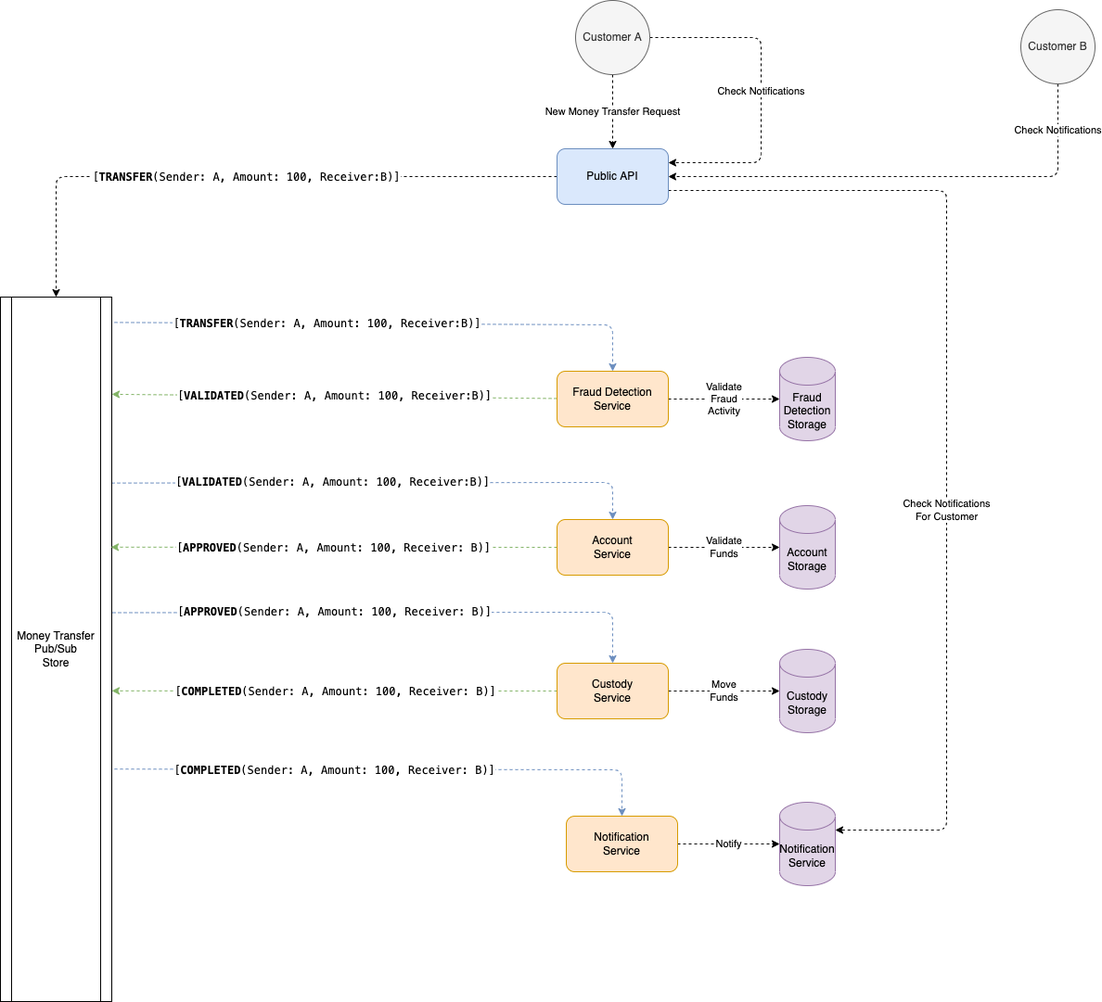
The draw.io diagram docs/flow.drawio.png in sujitdmello/java-banking-pubsub-dapr-sample, before a commit. Source tidied: cells renumbered, new cells last; positions are measured from the earlier drawing's top-left corner, leaving out a move shared by most shapes. The source it was exported from:
```xml
<mxGraphModel>
  <root>
    <mxCell id="0" />
    <mxCell id="1" parent="0" />
    <mxCell id="2" value="New Money Transfer Request" style="edgeStyle=none;html=1;entryX=0.5;entryY=0;entryDx=0;entryDy=0;dashed=1;" parent="1" edge="1" source="4" target="7">
      <mxGeometry relative="1" as="geometry" />
    </mxCell>
    <mxCell id="3" value="Check Notifications" style="edgeStyle=none;html=1;entryX=1;entryY=0.25;entryDx=0;entryDy=0;exitX=1;exitY=0.5;exitDx=0;exitDy=0;dashed=1;" parent="1" edge="1" source="4" target="7">
      <mxGeometry relative="1" as="geometry">
        <Array as="points">
          <mxPoint x="820" y="40" />
          <mxPoint x="820" y="175" />
        </Array>
      </mxGeometry>
    </mxCell>
    <mxCell id="4" value="Customer A" style="ellipse;whiteSpace=wrap;html=1;fillColor=#f5f5f5;fontColor=#333333;strokeColor=#666666;" parent="1" vertex="1">
      <mxGeometry x="620" width="80" height="80" as="geometry" />
    </mxCell>
    <mxCell id="5" value="&lt;div style=&quot;font-family: &amp;quot;Cascadia Code Mono&amp;quot;, Menlo, Monaco, &amp;quot;Courier New&amp;quot;, monospace, Menlo, Monaco, &amp;quot;Courier New&amp;quot;, monospace; font-size: 12px; line-height: 18px;&quot;&gt;[&lt;b&gt;TRANSFER&lt;/b&gt;(Sender: A, Amount: 100, Receiver:B)]&lt;/div&gt;" style="edgeStyle=none;html=1;entryX=0.5;entryY=0;entryDx=0;entryDy=0;dashed=1;" parent="1" edge="1" source="7" target="14">
      <mxGeometry relative="1" as="geometry">
        <Array as="points">
          <mxPoint x="60" y="190" />
        </Array>
      </mxGeometry>
    </mxCell>
    <mxCell id="6" value="Check Notifications&lt;br&gt;For Customer" style="edgeStyle=none;html=1;entryX=1;entryY=0;entryDx=0;entryDy=30;entryPerimeter=0;exitX=1;exitY=0.75;exitDx=0;exitDy=0;dashed=1;" parent="1" edge="1" source="7" target="31">
      <mxGeometry x="0.16" relative="1" as="geometry">
        <Array as="points">
          <mxPoint x="1020" y="205" />
          <mxPoint x="1020" y="895" />
        </Array>
      </mxGeometry>
    </mxCell>
    <mxCell id="7" value="Public API" style="rounded=1;whiteSpace=wrap;html=1;fillColor=#dae8fc;strokeColor=#6c8ebf;" parent="1" vertex="1">
      <mxGeometry x="600" y="160" width="120" height="60" as="geometry" />
    </mxCell>
    <mxCell id="8" value="&lt;span style=&quot;font-family: &amp;quot;Cascadia Code Mono&amp;quot;, Menlo, Monaco, &amp;quot;Courier New&amp;quot;, monospace, Menlo, Monaco, &amp;quot;Courier New&amp;quot;, monospace; font-size: 12px;&quot;&gt;[&lt;b&gt;TRANSFER&lt;/b&gt;(Sender: A, Amount: 100, Receiver:B)]&lt;/span&gt;" style="edgeStyle=none;html=1;entryX=0.5;entryY=0;entryDx=0;entryDy=0;exitX=1.025;exitY=0.036;exitDx=0;exitDy=0;exitPerimeter=0;dashed=1;fillColor=#dae8fc;strokeColor=#6c8ebf;" parent="1" edge="1" source="14" target="17">
      <mxGeometry x="-0.22" y="-1" relative="1" as="geometry">
        <Array as="points">
          <mxPoint x="660" y="350" />
        </Array>
      </mxGeometry>
    </mxCell>
    <mxCell id="9" style="edgeStyle=none;html=1;entryX=0.5;entryY=0;entryDx=0;entryDy=0;exitX=1;exitY=0.264;exitDx=0;exitDy=0;exitPerimeter=0;dashed=1;fillColor=#dae8fc;strokeColor=#6c8ebf;" parent="1" edge="1" source="14" target="22">
      <mxGeometry relative="1" as="geometry">
        <Array as="points">
          <mxPoint x="660" y="520" />
        </Array>
      </mxGeometry>
    </mxCell>
    <mxCell id="10" value="&lt;span style=&quot;font-family: &amp;quot;Cascadia Code Mono&amp;quot;, Menlo, Monaco, &amp;quot;Courier New&amp;quot;, monospace, Menlo, Monaco, &amp;quot;Courier New&amp;quot;, monospace; font-size: 12px;&quot;&gt;[&lt;b&gt;VALIDATED&lt;/b&gt;(Sender: A, Amount: 100, Receiver:B)]&lt;/span&gt;" style="edgeLabel;html=1;align=center;verticalAlign=middle;" parent="9" vertex="1">
      <mxGeometry x="-0.55" y="1" relative="1" as="geometry">
        <mxPoint x="108" as="offset" />
      </mxGeometry>
    </mxCell>
    <mxCell id="11" value="&lt;span style=&quot;font-family: &amp;quot;Cascadia Code Mono&amp;quot;, Menlo, Monaco, &amp;quot;Courier New&amp;quot;, monospace, Menlo, Monaco, &amp;quot;Courier New&amp;quot;, monospace; font-size: 12px;&quot;&gt;[&lt;b&gt;APPROVED&lt;/b&gt;(Sender: A, Amount: 100, Receiver: B)]&lt;/span&gt;" style="edgeStyle=none;html=1;entryX=0.5;entryY=0;entryDx=0;entryDy=0;exitX=1.008;exitY=0.448;exitDx=0;exitDy=0;exitPerimeter=0;dashed=1;fillColor=#dae8fc;strokeColor=#6c8ebf;" parent="1" edge="1" source="14" target="27">
      <mxGeometry x="-0.2" relative="1" as="geometry">
        <Array as="points">
          <mxPoint x="660" y="660" />
        </Array>
      </mxGeometry>
    </mxCell>
    <mxCell id="12" style="edgeStyle=none;html=1;entryX=0.5;entryY=0;entryDx=0;entryDy=0;exitX=1.025;exitY=0.67;exitDx=0;exitDy=0;exitPerimeter=0;dashed=1;fillColor=#dae8fc;strokeColor=#6c8ebf;" parent="1" edge="1" source="14" target="30">
      <mxGeometry relative="1" as="geometry">
        <Array as="points">
          <mxPoint x="670" y="830" />
        </Array>
      </mxGeometry>
    </mxCell>
    <mxCell id="13" value="&lt;span style=&quot;font-family: &amp;quot;Cascadia Code Mono&amp;quot;, Menlo, Monaco, &amp;quot;Courier New&amp;quot;, monospace, Menlo, Monaco, &amp;quot;Courier New&amp;quot;, monospace; font-size: 12px;&quot;&gt;[&lt;/span&gt;&lt;b style=&quot;border-color: var(--border-color); font-family: &amp;quot;Cascadia Code Mono&amp;quot;, Menlo, Monaco, &amp;quot;Courier New&amp;quot;, monospace, Menlo, Monaco, &amp;quot;Courier New&amp;quot;, monospace; font-size: 12px;&quot;&gt;COMPLETED&lt;/b&gt;&lt;span style=&quot;font-family: &amp;quot;Cascadia Code Mono&amp;quot;, Menlo, Monaco, &amp;quot;Courier New&amp;quot;, monospace, Menlo, Monaco, &amp;quot;Courier New&amp;quot;, monospace; font-size: 12px;&quot;&gt;(Sender: A, Amount: 100, Receiver: B)]&lt;/span&gt;" style="edgeLabel;html=1;align=center;verticalAlign=middle;" parent="12" vertex="1">
      <mxGeometry x="-0.72" y="-1" relative="1" as="geometry">
        <mxPoint x="154" as="offset" />
      </mxGeometry>
    </mxCell>
    <mxCell id="14" value="Money Transfer&lt;br&gt;Pub/Sub&lt;br&gt;Store" style="shape=process;whiteSpace=wrap;html=1;backgroundOutline=1;" parent="1" vertex="1">
      <mxGeometry y="320" width="120" height="760" as="geometry" />
    </mxCell>
    <mxCell id="15" value="Validate&lt;br&gt;Fraud&lt;br&gt;Activity" style="edgeStyle=none;html=1;dashed=1;" parent="1" edge="1" source="17" target="18">
      <mxGeometry relative="1" as="geometry" />
    </mxCell>
    <mxCell id="16" value="&lt;span style=&quot;font-family: &amp;quot;Cascadia Code Mono&amp;quot;, Menlo, Monaco, &amp;quot;Courier New&amp;quot;, monospace, Menlo, Monaco, &amp;quot;Courier New&amp;quot;, monospace; font-size: 12px;&quot;&gt;[&lt;b&gt;VALIDATED&lt;/b&gt;(Sender: A, Amount: 100, Receiver:B)]&lt;/span&gt;" style="edgeStyle=none;html=1;entryX=1;entryY=0.138;entryDx=0;entryDy=0;entryPerimeter=0;dashed=1;fillColor=#d5e8d4;strokeColor=#82b366;" parent="1" edge="1" source="17" target="14">
      <mxGeometry relative="1" as="geometry" />
    </mxCell>
    <mxCell id="17" value="Fraud Detection&lt;br&gt;Service" style="rounded=1;whiteSpace=wrap;html=1;fillColor=#ffe6cc;strokeColor=#d79b00;" parent="1" vertex="1">
      <mxGeometry x="600" y="400" width="120" height="60" as="geometry" />
    </mxCell>
    <mxCell id="18" value="Fraud&lt;br&gt;Detection&lt;br&gt;Storage" style="shape=cylinder3;whiteSpace=wrap;html=1;boundedLbl=1;backgroundOutline=1;size=15;fillColor=#e1d5e7;strokeColor=#9673a6;" parent="1" vertex="1">
      <mxGeometry x="840" y="385" width="60" height="90" as="geometry" />
    </mxCell>
    <mxCell id="19" value="Validate&lt;br&gt;Funds" style="edgeStyle=none;html=1;dashed=1;" parent="1" edge="1" source="22" target="23">
      <mxGeometry relative="1" as="geometry" />
    </mxCell>
    <mxCell id="20" style="edgeStyle=none;html=1;entryX=0.992;entryY=0.355;entryDx=0;entryDy=0;entryPerimeter=0;dashed=1;fillColor=#d5e8d4;strokeColor=#82b366;" parent="1" edge="1" source="22" target="14">
      <mxGeometry relative="1" as="geometry" />
    </mxCell>
    <mxCell id="21" value="&lt;div style=&quot;font-family: &amp;quot;Cascadia Code Mono&amp;quot;, Menlo, Monaco, &amp;quot;Courier New&amp;quot;, monospace, Menlo, Monaco, &amp;quot;Courier New&amp;quot;, monospace; font-size: 12px; line-height: 18px;&quot;&gt;[&lt;b&gt;APPROVED&lt;/b&gt;(Sender: A, Amount: 100, Receiver: B)]&lt;/div&gt;" style="edgeLabel;html=1;align=center;verticalAlign=middle;" parent="20" vertex="1">
      <mxGeometry x="0.45" y="1" relative="1" as="geometry">
        <mxPoint x="108" y="-1" as="offset" />
      </mxGeometry>
    </mxCell>
    <mxCell id="22" value="Account&lt;br&gt;Service" style="rounded=1;whiteSpace=wrap;html=1;fillColor=#ffe6cc;strokeColor=#d79b00;" parent="1" vertex="1">
      <mxGeometry x="600" y="560" width="120" height="60" as="geometry" />
    </mxCell>
    <mxCell id="23" value="Account&lt;br&gt;Storage" style="shape=cylinder3;whiteSpace=wrap;html=1;boundedLbl=1;backgroundOutline=1;size=15;fillColor=#e1d5e7;strokeColor=#9673a6;" parent="1" vertex="1">
      <mxGeometry x="840" y="545" width="60" height="90" as="geometry" />
    </mxCell>
    <mxCell id="24" value="Move&lt;br&gt;Funds" style="edgeStyle=none;html=1;entryX=0;entryY=0.5;entryDx=0;entryDy=0;entryPerimeter=0;dashed=1;" parent="1" edge="1" source="27" target="28">
      <mxGeometry relative="1" as="geometry" />
    </mxCell>
    <mxCell id="25" style="edgeStyle=none;html=1;entryX=1;entryY=0.559;entryDx=0;entryDy=0;entryPerimeter=0;dashed=1;fillColor=#d5e8d4;strokeColor=#82b366;" parent="1" edge="1" source="27" target="14">
      <mxGeometry relative="1" as="geometry" />
    </mxCell>
    <mxCell id="26" value="&lt;div style=&quot;font-family: &amp;quot;Cascadia Code Mono&amp;quot;, Menlo, Monaco, &amp;quot;Courier New&amp;quot;, monospace, Menlo, Monaco, &amp;quot;Courier New&amp;quot;, monospace; font-size: 12px; line-height: 18px;&quot;&gt;[&lt;b&gt;COMPLETED&lt;/b&gt;(Sender: A, Amount: 100, Receiver: B)]&lt;/div&gt;" style="edgeLabel;html=1;align=center;verticalAlign=middle;" parent="25" vertex="1">
      <mxGeometry x="0.37" y="-2" relative="1" as="geometry">
        <mxPoint x="89" y="2" as="offset" />
      </mxGeometry>
    </mxCell>
    <mxCell id="27" value="Custody&lt;br&gt;Service" style="rounded=1;whiteSpace=wrap;html=1;fillColor=#ffe6cc;strokeColor=#d79b00;" parent="1" vertex="1">
      <mxGeometry x="600" y="715" width="120" height="60" as="geometry" />
    </mxCell>
    <mxCell id="28" value="Custody&lt;br&gt;Storage" style="shape=cylinder3;whiteSpace=wrap;html=1;boundedLbl=1;backgroundOutline=1;size=15;fillColor=#e1d5e7;strokeColor=#9673a6;" parent="1" vertex="1">
      <mxGeometry x="840" y="700" width="60" height="90" as="geometry" />
    </mxCell>
    <mxCell id="29" value="Notify" style="edgeStyle=none;html=1;entryX=0;entryY=0.5;entryDx=0;entryDy=0;entryPerimeter=0;dashed=1;" parent="1" edge="1" source="30" target="31">
      <mxGeometry relative="1" as="geometry" />
    </mxCell>
    <mxCell id="30" value="Notification&lt;br&gt;Service" style="rounded=1;whiteSpace=wrap;html=1;fillColor=#ffe6cc;strokeColor=#d79b00;" parent="1" vertex="1">
      <mxGeometry x="610" y="880" width="120" height="60" as="geometry" />
    </mxCell>
    <mxCell id="31" value="Notification&lt;br&gt;Service" style="shape=cylinder3;whiteSpace=wrap;html=1;boundedLbl=1;backgroundOutline=1;size=15;fillColor=#e1d5e7;strokeColor=#9673a6;" parent="1" vertex="1">
      <mxGeometry x="840" y="865" width="60" height="90" as="geometry" />
    </mxCell>
    <mxCell id="32" value="Check Notifications" style="edgeStyle=none;html=1;entryX=1;entryY=0.5;entryDx=0;entryDy=0;exitX=0.5;exitY=1;exitDx=0;exitDy=0;dashed=1;" parent="1" edge="1" source="33" target="7">
      <mxGeometry x="-0.81" relative="1" as="geometry">
        <Array as="points">
          <mxPoint x="1140" y="190" />
        </Array>
      </mxGeometry>
    </mxCell>
    <mxCell id="33" value="Customer B" style="ellipse;whiteSpace=wrap;html=1;fillColor=#f5f5f5;fontColor=#333333;strokeColor=#666666;" parent="1" vertex="1">
      <mxGeometry x="1100" y="10" width="80" height="80" as="geometry" />
    </mxCell>
  </root>
</mxGraphModel>
```
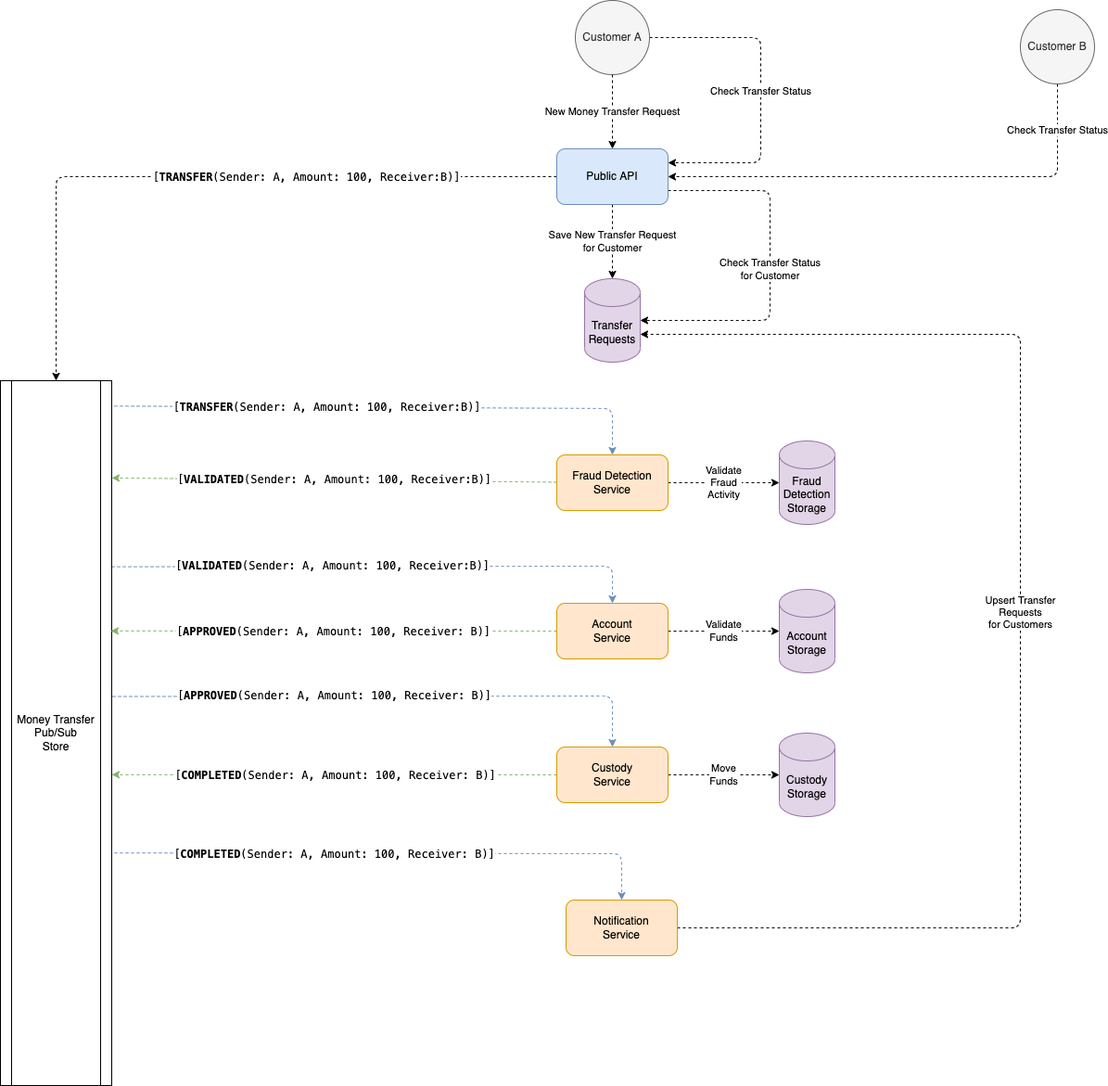
Later version of the same file.

Commit message:
updated flow for notification

Diff of the diagram source:
```diff
@@ -5,34 +5,37 @@
     <mxCell id="2" value="New Money Transfer Request" style="edgeStyle=none;html=1;entryX=0.5;entryY=0;entryDx=0;entryDy=0;dashed=1;" parent="1" edge="1" source="4" target="7">
       <mxGeometry relative="1" as="geometry" />
     </mxCell>
-    <mxCell id="3" value="Check Notifications" style="edgeStyle=none;html=1;entryX=1;entryY=0.25;entryDx=0;entryDy=0;exitX=1;exitY=0.5;exitDx=0;exitDy=0;dashed=1;" parent="1" edge="1" source="4" target="7">
+    <mxCell id="3" value="Check Transfer Status" style="edgeStyle=none;html=1;entryX=1;entryY=0.25;entryDx=0;entryDy=0;exitX=1;exitY=0.5;exitDx=0;exitDy=0;dashed=1;" parent="1" edge="1" source="4" target="7">
       <mxGeometry relative="1" as="geometry">
         <Array as="points">
-          <mxPoint x="820" y="40" />
-          <mxPoint x="820" y="175" />
+          <mxPoint x="820" y="-50" />
+          <mxPoint x="820" y="85" />
         </Array>
       </mxGeometry>
     </mxCell>
     <mxCell id="4" value="Customer A" style="ellipse;whiteSpace=wrap;html=1;fillColor=#f5f5f5;fontColor=#333333;strokeColor=#666666;" parent="1" vertex="1">
-      <mxGeometry x="620" width="80" height="80" as="geometry" />
+      <mxGeometry x="620" y="-90" width="80" height="80" as="geometry" />
     </mxCell>
     <mxCell id="5" value="&lt;div style=&quot;font-family: &amp;quot;Cascadia Code Mono&amp;quot;, Menlo, Monaco, &amp;quot;Courier New&amp;quot;, monospace, Menlo, Monaco, &amp;quot;Courier New&amp;quot;, monospace; font-size: 12px; line-height: 18px;&quot;&gt;[&lt;b&gt;TRANSFER&lt;/b&gt;(Sender: A, Amount: 100, Receiver:B)]&lt;/div&gt;" style="edgeStyle=none;html=1;entryX=0.5;entryY=0;entryDx=0;entryDy=0;dashed=1;" parent="1" edge="1" source="7" target="14">
-      <mxGeometry relative="1" as="geometry">
+      <mxGeometry x="-0.29" relative="1" as="geometry">
         <Array as="points">
-          <mxPoint x="60" y="190" />
+          <mxPoint x="60" y="100" />
         </Array>
       </mxGeometry>
     </mxCell>
-    <mxCell id="6" value="Check Notifications&lt;br&gt;For Customer" style="edgeStyle=none;html=1;entryX=1;entryY=0;entryDx=0;entryDy=30;entryPerimeter=0;exitX=1;exitY=0.75;exitDx=0;exitDy=0;dashed=1;" parent="1" edge="1" source="7" target="31">
-      <mxGeometry x="0.16" relative="1" as="geometry">
-        <Array as="points">
-          <mxPoint x="1020" y="205" />
-          <mxPoint x="1020" y="895" />
-        </Array>
-      </mxGeometry>
-    </mxCell>
+    <mxCell id="34" value="Save New Transfer Request&lt;br&gt;for Customer" style="edgeStyle=none;html=1;entryX=0.5;entryY=0;entryDx=0;entryDy=0;entryPerimeter=0;dashed=1;" parent="1" edge="1" source="7" target="31">
+      <mxGeometry relative="1" as="geometry" />
+    </mxCell>
+    <mxCell id="35" value="Check Transfer Status&lt;br&gt;for Customer" style="edgeStyle=none;html=1;entryX=1;entryY=0.5;entryDx=0;entryDy=0;entryPerimeter=0;dashed=1;exitX=1;exitY=0.75;exitDx=0;exitDy=0;" parent="1" edge="1" source="7" target="31">
+      <mxGeometry relative="1" as="geometry">
+        <Array as="points">
+          <mxPoint x="830" y="115" />
+          <mxPoint x="830" y="255" />
+        </Array>
+      </mxGeometry>
+    </mxCell>
     <mxCell id="7" value="Public API" style="rounded=1;whiteSpace=wrap;html=1;fillColor=#dae8fc;strokeColor=#6c8ebf;" parent="1" vertex="1">
-      <mxGeometry x="600" y="160" width="120" height="60" as="geometry" />
+      <mxGeometry x="600" y="70" width="120" height="60" as="geometry" />
     </mxCell>
     <mxCell id="8" value="&lt;span style=&quot;font-family: &amp;quot;Cascadia Code Mono&amp;quot;, Menlo, Monaco, &amp;quot;Courier New&amp;quot;, monospace, Menlo, Monaco, &amp;quot;Courier New&amp;quot;, monospace; font-size: 12px;&quot;&gt;[&lt;b&gt;TRANSFER&lt;/b&gt;(Sender: A, Amount: 100, Receiver:B)]&lt;/span&gt;" style="edgeStyle=none;html=1;entryX=0.5;entryY=0;entryDx=0;entryDy=0;exitX=1.025;exitY=0.036;exitDx=0;exitDy=0;exitPerimeter=0;dashed=1;fillColor=#dae8fc;strokeColor=#6c8ebf;" parent="1" edge="1" source="14" target="17">
       <mxGeometry x="-0.22" y="-1" relative="1" as="geometry">
@@ -121,24 +124,29 @@
     <mxCell id="28" value="Custody&lt;br&gt;Storage" style="shape=cylinder3;whiteSpace=wrap;html=1;boundedLbl=1;backgroundOutline=1;size=15;fillColor=#e1d5e7;strokeColor=#9673a6;" parent="1" vertex="1">
       <mxGeometry x="840" y="700" width="60" height="90" as="geometry" />
     </mxCell>
-    <mxCell id="29" value="Notify" style="edgeStyle=none;html=1;entryX=0;entryY=0.5;entryDx=0;entryDy=0;entryPerimeter=0;dashed=1;" parent="1" edge="1" source="30" target="31">
-      <mxGeometry relative="1" as="geometry" />
+    <mxCell id="29" value="Upsert Transfer&lt;br&gt;Requests&lt;br&gt;for Customers" style="edgeStyle=none;html=1;entryX=1;entryY=0;entryDx=0;entryDy=60;entryPerimeter=0;dashed=1;" parent="1" edge="1" source="30" target="31">
+      <mxGeometry relative="1" as="geometry">
+        <Array as="points">
+          <mxPoint x="1100" y="910" />
+          <mxPoint x="1100" y="270" />
+        </Array>
+      </mxGeometry>
     </mxCell>
     <mxCell id="30" value="Notification&lt;br&gt;Service" style="rounded=1;whiteSpace=wrap;html=1;fillColor=#ffe6cc;strokeColor=#d79b00;" parent="1" vertex="1">
       <mxGeometry x="610" y="880" width="120" height="60" as="geometry" />
     </mxCell>
-    <mxCell id="31" value="Notification&lt;br&gt;Service" style="shape=cylinder3;whiteSpace=wrap;html=1;boundedLbl=1;backgroundOutline=1;size=15;fillColor=#e1d5e7;strokeColor=#9673a6;" parent="1" vertex="1">
-      <mxGeometry x="840" y="865" width="60" height="90" as="geometry" />
+    <mxCell id="31" value="Transfer&lt;br&gt;Requests" style="shape=cylinder3;whiteSpace=wrap;html=1;boundedLbl=1;backgroundOutline=1;size=15;fillColor=#e1d5e7;strokeColor=#9673a6;" parent="1" vertex="1">
+      <mxGeometry x="630" y="210" width="60" height="90" as="geometry" />
     </mxCell>
-    <mxCell id="32" value="Check Notifications" style="edgeStyle=none;html=1;entryX=1;entryY=0.5;entryDx=0;entryDy=0;exitX=0.5;exitY=1;exitDx=0;exitDy=0;dashed=1;" parent="1" edge="1" source="33" target="7">
+    <mxCell id="32" value="Check Transfer Status" style="edgeStyle=none;html=1;entryX=1;entryY=0.5;entryDx=0;entryDy=0;exitX=0.5;exitY=1;exitDx=0;exitDy=0;dashed=1;" parent="1" edge="1" source="33" target="7">
       <mxGeometry x="-0.81" relative="1" as="geometry">
         <Array as="points">
-          <mxPoint x="1140" y="190" />
+          <mxPoint x="1140" y="100" />
         </Array>
       </mxGeometry>
     </mxCell>
     <mxCell id="33" value="Customer B" style="ellipse;whiteSpace=wrap;html=1;fillColor=#f5f5f5;fontColor=#333333;strokeColor=#666666;" parent="1" vertex="1">
-      <mxGeometry x="1100" y="10" width="80" height="80" as="geometry" />
+      <mxGeometry x="1100" y="-80" width="80" height="80" as="geometry" />
     </mxCell>
   </root>
 </mxGraphModel>
```
